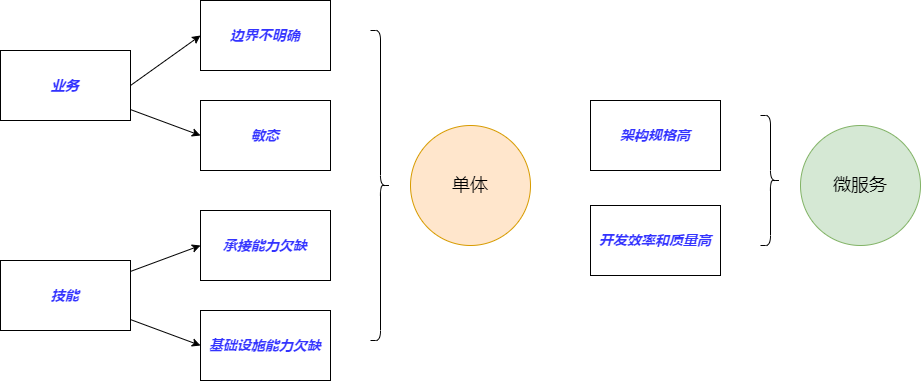
Above: image/arch-style.drawio.png in codefossil/javabook (draw.io), before the change. Source tidied: cells renumbered, new cells last; positions are measured from the earlier drawing's top-left corner, leaving out a move shared by most shapes. Source of this version:
```xml
<mxGraphModel>
  <root>
    <mxCell id="0" />
    <mxCell id="1" parent="0" />
    <mxCell id="2" value="&lt;div style=&quot;text-align: left&quot;&gt;&lt;/div&gt;&lt;font&gt;&lt;b style=&quot;font-size: 14px&quot;&gt;&lt;font color=&quot;#3333ff&quot;&gt;&lt;i&gt;边界不明确&lt;/i&gt;&lt;/font&gt;&lt;br&gt;&lt;/b&gt;&lt;/font&gt;" style="rounded=0;whiteSpace=wrap;html=1;" parent="1" vertex="1">
      <mxGeometry x="200" width="130" height="70" as="geometry" />
    </mxCell>
    <mxCell id="3" value="单体" style="ellipse;whiteSpace=wrap;html=1;rounded=0;fontSize=18;fillColor=#ffe6cc;strokeColor=#d79b00;" parent="1" vertex="1">
      <mxGeometry x="410" y="125" width="120" height="120" as="geometry" />
    </mxCell>
    <mxCell id="4" value="&lt;div style=&quot;text-align: left&quot;&gt;&lt;/div&gt;&lt;font&gt;&lt;b style=&quot;font-size: 14px&quot;&gt;&lt;font color=&quot;#3333ff&quot;&gt;&lt;i&gt;承接能力欠缺&lt;/i&gt;&lt;/font&gt;&lt;br&gt;&lt;/b&gt;&lt;/font&gt;" style="rounded=0;whiteSpace=wrap;html=1;" parent="1" vertex="1">
      <mxGeometry x="200" y="210" width="130" height="70" as="geometry" />
    </mxCell>
    <mxCell id="5" value="&lt;div style=&quot;text-align: left&quot;&gt;&lt;/div&gt;&lt;font&gt;&lt;b style=&quot;font-size: 14px&quot;&gt;&lt;font color=&quot;#3333ff&quot;&gt;&lt;i&gt;基础设施能力欠缺&lt;/i&gt;&lt;/font&gt;&lt;br&gt;&lt;/b&gt;&lt;/font&gt;" style="rounded=0;whiteSpace=wrap;html=1;" parent="1" vertex="1">
      <mxGeometry x="200" y="310" width="130" height="70" as="geometry" />
    </mxCell>
    <mxCell id="6" value="微服务" style="ellipse;whiteSpace=wrap;html=1;rounded=0;fontSize=18;fillColor=#d5e8d4;strokeColor=#82b366;" parent="1" vertex="1">
      <mxGeometry x="800" y="125" width="120" height="120" as="geometry" />
    </mxCell>
    <mxCell id="7" value="&lt;div style=&quot;text-align: left&quot;&gt;&lt;/div&gt;&lt;font&gt;&lt;b style=&quot;font-size: 14px&quot;&gt;&lt;font color=&quot;#3333ff&quot;&gt;&lt;i&gt;敏态&lt;/i&gt;&lt;/font&gt;&lt;br&gt;&lt;/b&gt;&lt;/font&gt;" style="rounded=0;whiteSpace=wrap;html=1;" parent="1" vertex="1">
      <mxGeometry x="200" y="100" width="130" height="70" as="geometry" />
    </mxCell>
    <mxCell id="8" style="edgeStyle=none;html=1;entryX=0;entryY=0.5;entryDx=0;entryDy=0;exitX=1;exitY=0.5;exitDx=0;exitDy=0;" parent="1" edge="1" source="10" target="2">
      <mxGeometry relative="1" as="geometry" />
    </mxCell>
    <mxCell id="9" style="edgeStyle=none;html=1;entryX=0;entryY=0.5;entryDx=0;entryDy=0;" parent="1" edge="1" source="10" target="7">
      <mxGeometry relative="1" as="geometry" />
    </mxCell>
    <mxCell id="10" value="&lt;div style=&quot;text-align: left&quot;&gt;&lt;/div&gt;&lt;font&gt;&lt;b style=&quot;font-size: 14px&quot;&gt;&lt;font color=&quot;#3333ff&quot;&gt;&lt;i&gt;业务&lt;/i&gt;&lt;/font&gt;&lt;br&gt;&lt;/b&gt;&lt;/font&gt;" style="rounded=0;whiteSpace=wrap;html=1;" parent="1" vertex="1">
      <mxGeometry y="50" width="130" height="70" as="geometry" />
    </mxCell>
    <mxCell id="11" style="edgeStyle=none;html=1;entryX=0;entryY=0.5;entryDx=0;entryDy=0;" parent="1" edge="1" source="13" target="4">
      <mxGeometry relative="1" as="geometry" />
    </mxCell>
    <mxCell id="12" style="edgeStyle=none;html=1;entryX=0;entryY=0.5;entryDx=0;entryDy=0;" parent="1" edge="1" source="13" target="5">
      <mxGeometry relative="1" as="geometry" />
    </mxCell>
    <mxCell id="13" value="&lt;div style=&quot;text-align: left&quot;&gt;&lt;/div&gt;&lt;font&gt;&lt;b style=&quot;font-size: 14px&quot;&gt;&lt;font color=&quot;#3333ff&quot;&gt;&lt;i&gt;技能&lt;/i&gt;&lt;/font&gt;&lt;br&gt;&lt;/b&gt;&lt;/font&gt;" style="rounded=0;whiteSpace=wrap;html=1;" parent="1" vertex="1">
      <mxGeometry y="260" width="130" height="70" as="geometry" />
    </mxCell>
    <mxCell id="14" style="shape=curlyBracket;whiteSpace=wrap;html=1;rounded=1;flipH=1;" parent="1" vertex="1">
      <mxGeometry x="370" y="30" width="20" height="310" as="geometry" />
    </mxCell>
    <mxCell id="15" value="&lt;div style=&quot;text-align: left&quot;&gt;&lt;/div&gt;&lt;font&gt;&lt;b style=&quot;font-size: 14px&quot;&gt;&lt;font color=&quot;#3333ff&quot;&gt;&lt;i&gt;架构规格高&lt;/i&gt;&lt;/font&gt;&lt;br&gt;&lt;/b&gt;&lt;/font&gt;" style="rounded=0;whiteSpace=wrap;html=1;" parent="1" vertex="1">
      <mxGeometry x="590" y="100" width="130" height="70" as="geometry" />
    </mxCell>
    <mxCell id="16" value="&lt;div style=&quot;text-align: left&quot;&gt;&lt;/div&gt;&lt;font&gt;&lt;b style=&quot;font-size: 14px&quot;&gt;&lt;font color=&quot;#3333ff&quot;&gt;&lt;i&gt;开发效率和质量高&lt;/i&gt;&lt;/font&gt;&lt;br&gt;&lt;/b&gt;&lt;/font&gt;" style="rounded=0;whiteSpace=wrap;html=1;" parent="1" vertex="1">
      <mxGeometry x="590" y="205" width="130" height="70" as="geometry" />
    </mxCell>
    <mxCell id="17" style="shape=curlyBracket;whiteSpace=wrap;html=1;rounded=1;flipH=1;" parent="1" vertex="1">
      <mxGeometry x="760" y="115" width="20" height="130" as="geometry" />
    </mxCell>
  </root>
</mxGraphModel>
```
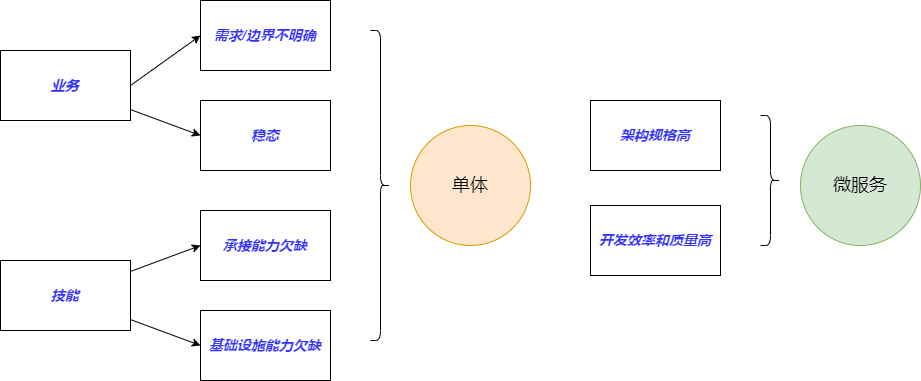
Later version of the same file.

Change to the diagram source:
```diff
@@ -2,7 +2,7 @@
   <root>
     <mxCell id="0" />
     <mxCell id="1" parent="0" />
-    <mxCell id="2" value="&lt;div style=&quot;text-align: left&quot;&gt;&lt;/div&gt;&lt;font&gt;&lt;b style=&quot;font-size: 14px&quot;&gt;&lt;font color=&quot;#3333ff&quot;&gt;&lt;i&gt;边界不明确&lt;/i&gt;&lt;/font&gt;&lt;br&gt;&lt;/b&gt;&lt;/font&gt;" style="rounded=0;whiteSpace=wrap;html=1;" parent="1" vertex="1">
+    <mxCell id="2" value="&lt;div style=&quot;text-align: left&quot;&gt;&lt;/div&gt;&lt;font&gt;&lt;b style=&quot;font-size: 14px&quot;&gt;&lt;font color=&quot;#3333ff&quot;&gt;&lt;i&gt;需求/边界不明确&lt;/i&gt;&lt;/font&gt;&lt;br&gt;&lt;/b&gt;&lt;/font&gt;" style="rounded=0;whiteSpace=wrap;html=1;" parent="1" vertex="1">
       <mxGeometry x="200" width="130" height="70" as="geometry" />
     </mxCell>
     <mxCell id="3" value="单体" style="ellipse;whiteSpace=wrap;html=1;rounded=0;fontSize=18;fillColor=#ffe6cc;strokeColor=#d79b00;" parent="1" vertex="1">
@@ -17,7 +17,7 @@
     <mxCell id="6" value="微服务" style="ellipse;whiteSpace=wrap;html=1;rounded=0;fontSize=18;fillColor=#d5e8d4;strokeColor=#82b366;" parent="1" vertex="1">
       <mxGeometry x="800" y="125" width="120" height="120" as="geometry" />
     </mxCell>
-    <mxCell id="7" value="&lt;div style=&quot;text-align: left&quot;&gt;&lt;/div&gt;&lt;font&gt;&lt;b style=&quot;font-size: 14px&quot;&gt;&lt;font color=&quot;#3333ff&quot;&gt;&lt;i&gt;敏态&lt;/i&gt;&lt;/font&gt;&lt;br&gt;&lt;/b&gt;&lt;/font&gt;" style="rounded=0;whiteSpace=wrap;html=1;" parent="1" vertex="1">
+    <mxCell id="7" value="&lt;div style=&quot;text-align: left&quot;&gt;&lt;/div&gt;&lt;font&gt;&lt;b style=&quot;font-size: 14px&quot;&gt;&lt;font color=&quot;#3333ff&quot;&gt;&lt;i&gt;稳态&lt;/i&gt;&lt;/font&gt;&lt;br&gt;&lt;/b&gt;&lt;/font&gt;" style="rounded=0;whiteSpace=wrap;html=1;" parent="1" vertex="1">
       <mxGeometry x="200" y="100" width="130" height="70" as="geometry" />
     </mxCell>
     <mxCell id="8" style="edgeStyle=none;html=1;entryX=0;entryY=0.5;entryDx=0;entryDy=0;exitX=1;exitY=0.5;exitDx=0;exitDy=0;" parent="1" edge="1" source="10" target="2">
```
